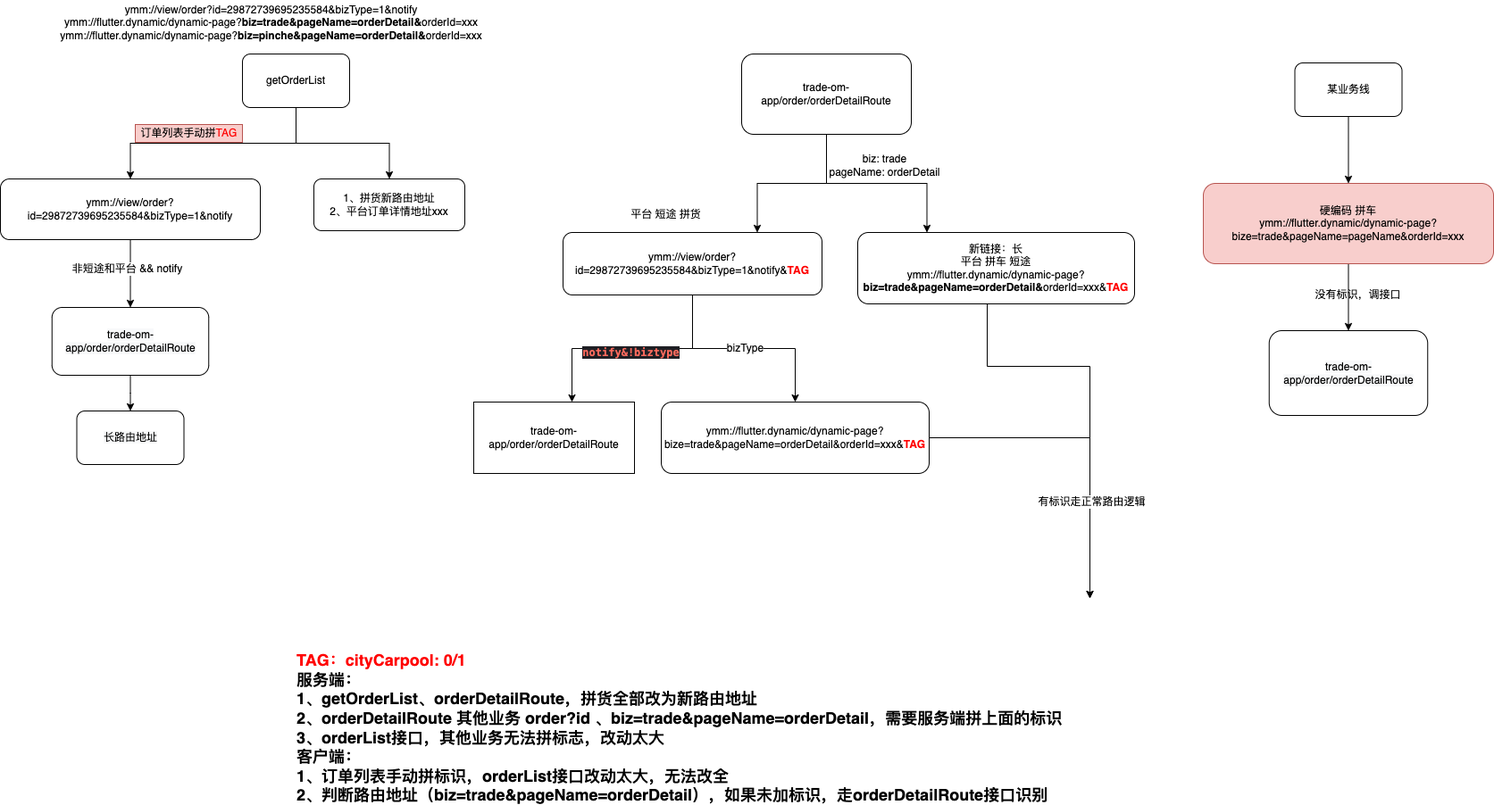
This is flutter/拼货路由转发.png from JD-Tang/flutter_uml, a draw.io export, as it was before one commit. Source tidied: cells renumbered, new cells last; positions are measured from the earlier drawing's top-left corner, leaving out a move shared by most shapes.
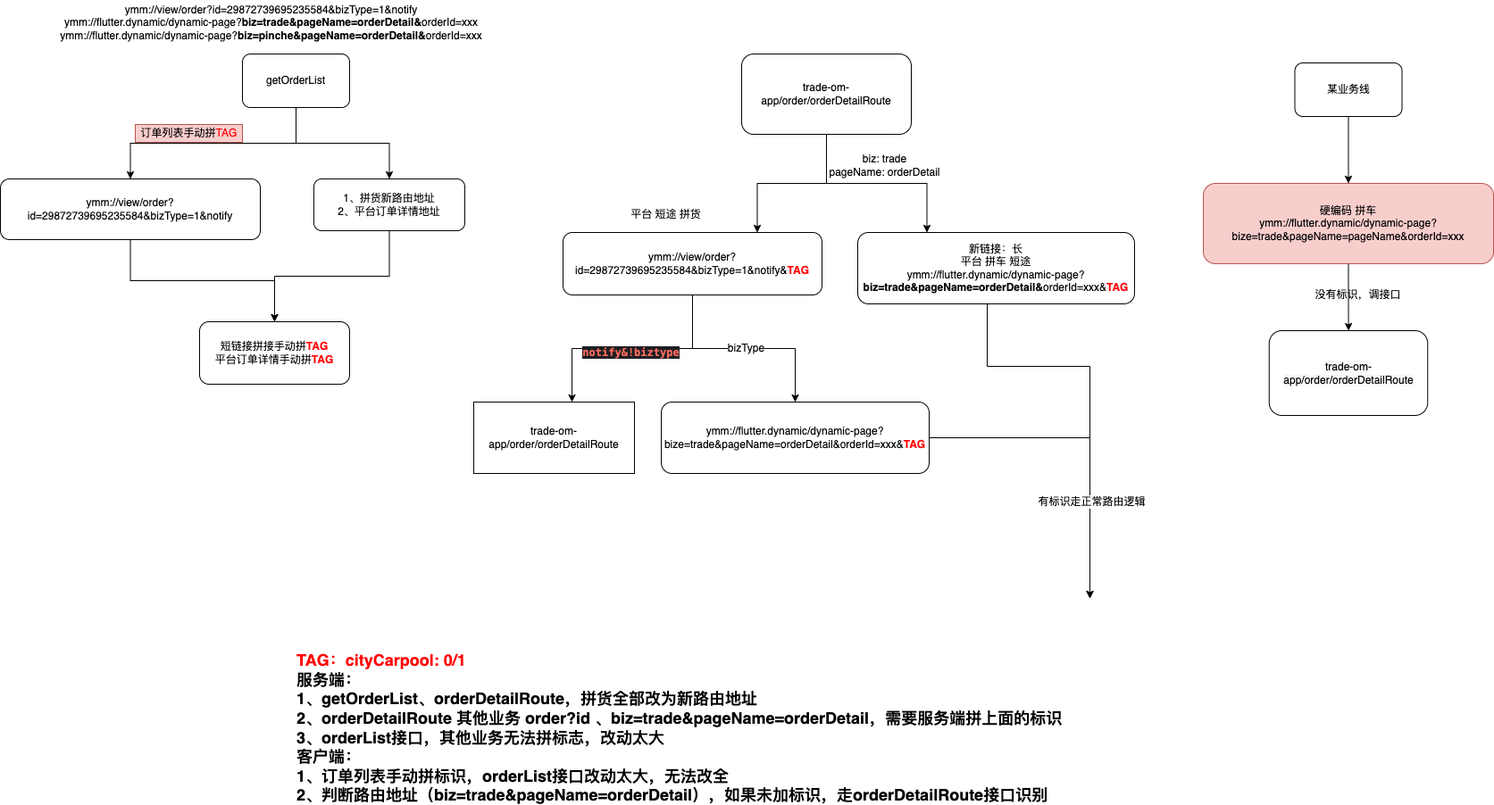
The same diagram one commit later.

Commit message:
更新拼货路由转发.png

Change to the diagram source:
```diff
@@ -86,27 +86,18 @@
     <mxCell id="25" value="getOrderList" style="rounded=1;whiteSpace=wrap;html=1;" parent="1" vertex="1">
       <mxGeometry x="271" y="60" width="120" height="60" as="geometry" />
     </mxCell>
+    <mxCell id="37" style="edgeStyle=orthogonalEdgeStyle;rounded=0;jettySize=auto;html=1;exitX=0.5;exitY=1;exitDx=0;exitDy=0;entryX=0.5;entryY=0;entryDx=0;entryDy=0;" parent="1" edge="1" source="26" target="39">
+      <mxGeometry relative="1" as="geometry" />
+    </mxCell>
-    <mxCell id="26" value="1、拼货新路由地址&lt;br&gt;2、平台订单详情地址xxx" style="whiteSpace=wrap;html=1;rounded=1;" parent="1" vertex="1">
+    <mxCell id="26" value="1、拼货新路由地址&lt;br&gt;2、平台订单详情地址" style="whiteSpace=wrap;html=1;rounded=1;" parent="1" vertex="1">
       <mxGeometry x="351" y="200" width="169" height="58" as="geometry" />
     </mxCell>
-    <mxCell id="27" style="edgeStyle=orthogonalEdgeStyle;rounded=0;jettySize=auto;html=1;" parent="1" edge="1" source="29" target="31">
-      <mxGeometry relative="1" as="geometry" />
-    </mxCell>
-    <mxCell id="28" value="非短途和平台 &amp;amp;&amp;amp; notify" style="edgeLabel;html=1;align=center;verticalAlign=middle;" parent="27" vertex="1">
-      <mxGeometry x="-0.14" y="-4" relative="1" as="geometry" />
-    </mxCell>
+    <mxCell id="38" style="edgeStyle=orthogonalEdgeStyle;rounded=0;jettySize=auto;html=1;" parent="1" edge="1" source="29" target="39">
+      <mxGeometry relative="1" as="geometry" />
+    </mxCell>
     <mxCell id="29" value="&lt;span style=&quot;font-family: &amp;#34;helvetica&amp;#34;&quot;&gt;ymm://view/order?id=29872739695235584&amp;amp;bizType=1&amp;amp;notify&lt;/span&gt;" style="whiteSpace=wrap;html=1;rounded=1;" parent="1" vertex="1">
       <mxGeometry y="200" width="291" height="68" as="geometry" />
     </mxCell>
-    <mxCell id="30" style="edgeStyle=orthogonalEdgeStyle;rounded=0;jettySize=auto;html=1;" parent="1" edge="1" source="31" target="32">
-      <mxGeometry relative="1" as="geometry" />
-    </mxCell>
-    <mxCell id="31" value="&lt;meta charset=&quot;utf-8&quot;&gt;&lt;span style=&quot;color: rgb(0, 0, 0); font-family: helvetica; font-size: 12px; font-style: normal; font-weight: 400; letter-spacing: normal; text-align: center; text-indent: 0px; text-transform: none; word-spacing: 0px; background-color: rgb(248, 249, 250); display: inline; float: none;&quot;&gt;trade-om-app/order/orderDetailRoute&lt;/span&gt;" style="whiteSpace=wrap;html=1;rounded=1;" parent="1" vertex="1">
-      <mxGeometry x="57.8" y="344" width="175.5" height="76" as="geometry" />
-    </mxCell>
-    <mxCell id="32" value="&lt;meta charset=&quot;utf-8&quot;&gt;&lt;span style=&quot;color: rgb(0, 0, 0); font-family: helvetica; font-size: 12px; font-style: normal; font-weight: 400; letter-spacing: normal; text-align: center; text-indent: 0px; text-transform: none; word-spacing: 0px; background-color: rgb(248, 249, 250); display: inline; float: none;&quot;&gt;长路由地址&lt;/span&gt;" style="whiteSpace=wrap;html=1;rounded=1;" parent="1" vertex="1">
-      <mxGeometry x="85.5" y="460" width="120" height="60" as="geometry" />
-    </mxCell>
     <mxCell id="33" value="订单列表手动拼&lt;font color=&quot;#ff0000&quot;&gt;TAG&lt;/font&gt;" style="text;html=1;align=center;verticalAlign=middle;strokeColor=#b85450;fillColor=#f8cecc;" parent="1" vertex="1">
       <mxGeometry x="151" y="139" width="120" height="20" as="geometry" />
     </mxCell>
@@ -119,5 +110,8 @@
     <mxCell id="36" value="&lt;span style=&quot;font-family: &amp;#34;helvetica&amp;#34;&quot;&gt;ymm://view/order?id=29872739695235584&amp;amp;bizType=1&amp;amp;notify&lt;br&gt;&lt;/span&gt;&lt;span style=&quot;color: rgba(0 , 0 , 0 , 0) ; font-family: monospace ; font-size: 0px&quot;&gt;%3CmxGraphModel%3E%3Croot%3E%3CmxCell%20id%3D%220%22%2F%3E%3CmxCell%20id%3D%221%22%20parent%3D%220%22%2F%3E%3CmxCell%20id%3D%222%22%20value%3D%22%26lt%3Bmeta%20charset%3D%26quot%3Butf-8%26quot%3B%26gt%3B%26lt%3Bspan%20style%3D%26quot%3Bcolor%3A%20rgb(0%2C%200%2C%200)%3B%20font-size%3A%2012px%3B%20font-style%3A%20normal%3B%20font-weight%3A%20400%3B%20letter-spacing%3A%20normal%3B%20text-indent%3A%200px%3B%20text-transform%3A%20none%3B%20word-spacing%3A%200px%3B%20font-family%3A%20helvetica%3B%20text-align%3A%20center%3B%20background-color%3A%20rgb(248%2C%20249%2C%20250)%3B%20display%3A%20inline%3B%20float%3A%20none%3B%26quot%3B%26gt%3Bymm%3A%2F%2Fflutter.dynamic%2Fdynamic-page%3F%26lt%3B%2Fspan%26gt%3B%26lt%3Bspan%20style%3D%26quot%3Bcolor%3A%20rgb(0%2C%200%2C%200)%3B%20font-size%3A%2012px%3B%20font-style%3A%20normal%3B%20font-weight%3A%20400%3B%20letter-spacing%3A%20normal%3B%20text-indent%3A%200px%3B%20text-transform%3A%20none%3B%20word-spacing%3A%200px%3B%20font-family%3A%20helvetica%3B%20text-align%3A%20center%3B%20background-color%3A%20rgb(248%2C%20249%2C%20250)%3B%20display%3A%20inline%3B%20float%3A%20none%3B%26quot%3B%26gt%3B%26lt%3Bb%26gt%3Bbiz%3Dtrade%26amp%3Bamp%3BpageName%3DorderDetail%26amp%3Bamp%3B%26lt%3B%2Fb%26gt%3B%26lt%3B%2Fspan%26gt%3B%26lt%3Bspan%20style%3D%26quot%3Bcolor%3A%20rgb(0%2C%200%2C%200)%3B%20font-size%3A%2012px%3B%20font-style%3A%20normal%3B%20font-weight%3A%20400%3B%20letter-spacing%3A%20normal%3B%20text-indent%3A%200px%3B%20text-transform%3A%20none%3B%20word-spacing%3A%200px%3B%20font-family%3A%20helvetica%3B%20text-align%3A%20center%3B%20background-color%3A%20rgb(248%2C%20249%2C%20250)%3B%20display%3A%20inline%3B%20float%3A%20none%3B%26quot%3B%26gt%3BorderId%3Dxxx%26lt%3B%2Fspan%26gt%3B%22%20style%3D%22text%3BwhiteSpace%3Dwrap%3Bhtml%3D1%3B%22%20vertex%3D%221%22%20parent%3D%221%22%3E%3CmxGeometry%20x%3D%22763%22%20y%3D%2210%22%20width%3D%22490%22%20height%3D%2230%22%20as%3D%22geometry%22%2F%3E%3C%2FmxCell%3E%3C%2Froot%3E%3C%2FmxGraphModel%3E&lt;/span&gt;&lt;span style=&quot;font-family: &amp;#34;helvetica&amp;#34;&quot;&gt;ymm://flutter.dynamic/dynamic-page?&lt;/span&gt;&lt;span style=&quot;font-family: &amp;#34;helvetica&amp;#34;&quot;&gt;&lt;b&gt;biz=trade&amp;amp;pageName=orderDetail&amp;amp;&lt;/b&gt;&lt;/span&gt;&lt;span style=&quot;font-family: &amp;#34;helvetica&amp;#34;&quot;&gt;orderId=xxx&lt;/span&gt;&lt;span style=&quot;color: rgba(0 , 0 , 0 , 0) ; font-family: monospace ; font-size: 0px&quot;&gt;&lt;br&gt;&lt;/span&gt;&lt;span style=&quot;font-family: &amp;#34;helvetica&amp;#34;&quot;&gt;ymm://flutter.dynamic/dynamic-page?&lt;/span&gt;&lt;span style=&quot;font-family: &amp;#34;helvetica&amp;#34;&quot;&gt;&lt;b&gt;biz=pinche&amp;amp;pageName=orderDetail&amp;amp;&lt;/b&gt;&lt;/span&gt;&lt;span style=&quot;font-family: &amp;#34;helvetica&amp;#34;&quot;&gt;orderId=xxx&lt;/span&gt;&lt;span style=&quot;font-family: &amp;#34;helvetica&amp;#34;&quot;&gt;&lt;br&gt;&lt;/span&gt;" style="text;html=1;align=center;verticalAlign=middle;strokeColor=none;fillColor=none;" parent="1" vertex="1">
       <mxGeometry x="57.8" width="490" height="50" as="geometry" />
     </mxCell>
+    <mxCell id="39" value="短链接拼接手动拼&lt;b&gt;&lt;font color=&quot;#ff0000&quot;&gt;TAG&lt;/font&gt;&lt;/b&gt;&lt;br&gt;平台订单详情手动拼&lt;b&gt;&lt;font color=&quot;#ff0000&quot;&gt;TAG&lt;/font&gt;&lt;/b&gt;" style="whiteSpace=wrap;html=1;rounded=1;" parent="1" vertex="1">
+      <mxGeometry x="223" y="360" width="168" height="70" as="geometry" />
+    </mxCell>
   </root>
 </mxGraphModel>
```
